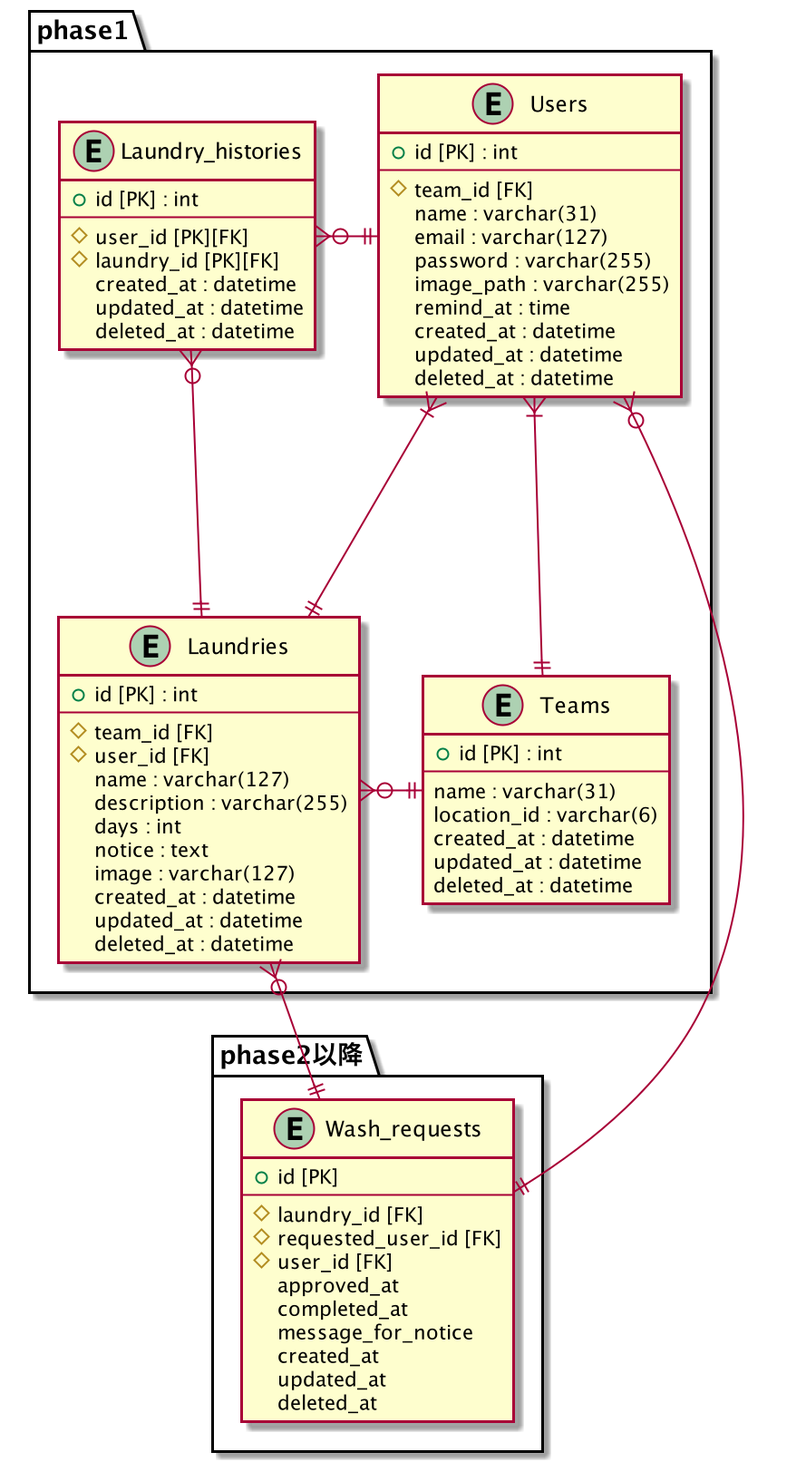
mixa393/mohumohu keeps this PlantUML diagram as docs/ER図.png. Above is the earlier version.
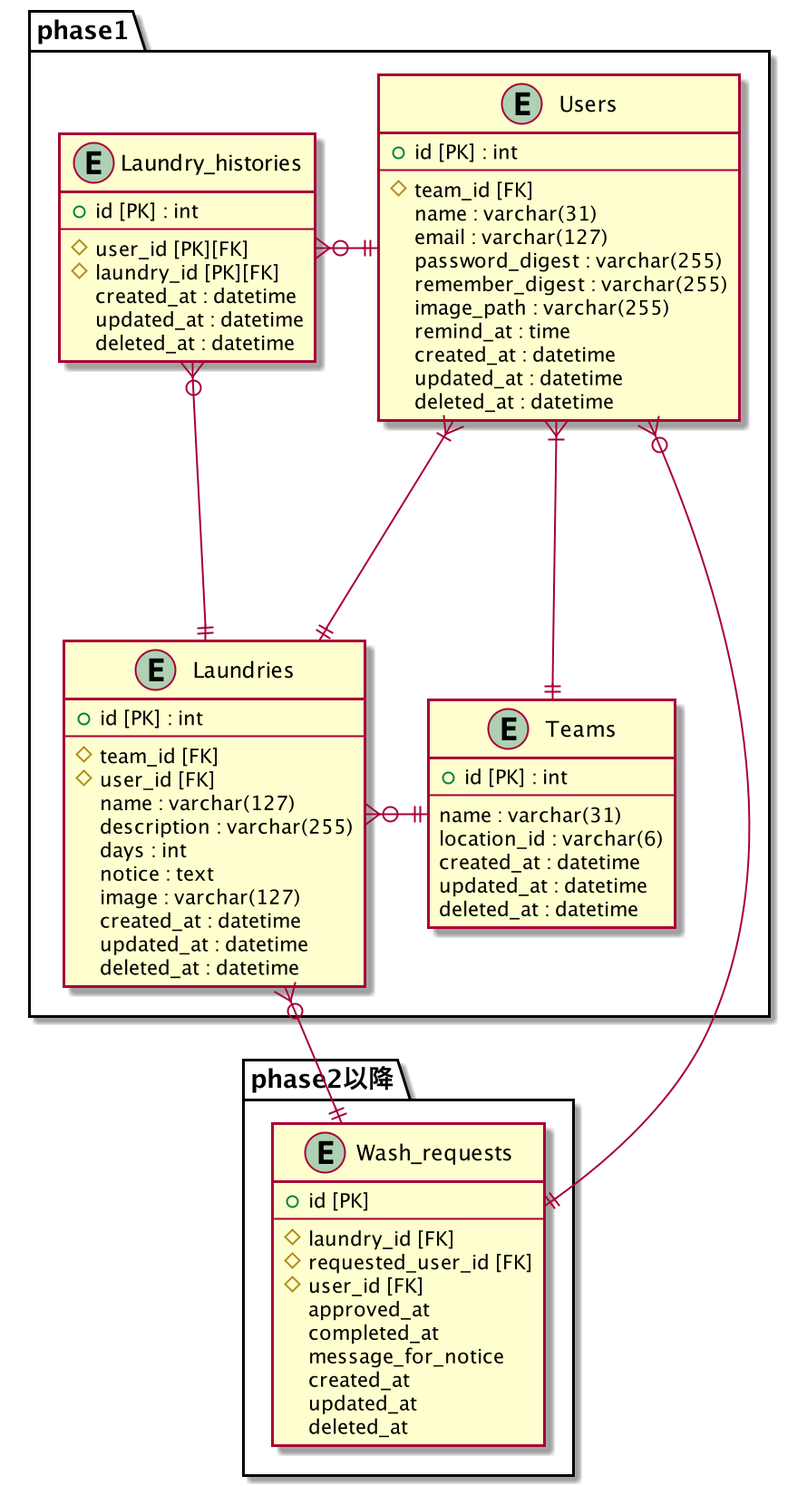
After the change.

Commit message:
Add: column remember_digest for Users table

The edit, as a diff of the source:
```diff
@@ -17,7 +17,8 @@
     # team_id [FK]
     name : varchar(31)
     email : varchar(127)
-    password : varchar(255)
+    password_digest : varchar(255)
+    remember_digest : varchar(255)
     image_path : varchar(255)
     remind_at : time
     created_at : datetime
```
